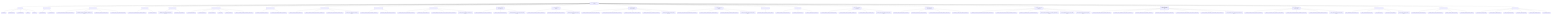
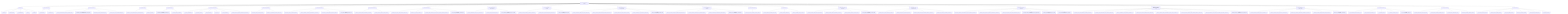
graph TD
    root["ToneSoul Documentation Authority"]
    root --> entrypoints["Entry Points"]
    entrypoints --> entrypoints_1["README.md"]
    entrypoints --> entrypoints_2["README.zh-TW.md"]
    entrypoints --> entrypoints_3["AI_ONBOARDING.md"]
    entrypoints --> entrypoints_4["INDEX.md"]
    entrypoints --> entrypoints_5["README.md"]
    root --> ai_operational_guides["AI Operational Guides"]
    ai_operational_guides --> ai_operational_guides_1["AI_QUICKSTART.md"]
    ai_operational_guides --> ai_operational_guides_2["AI_REFERENCE.md"]
    root --> canonical_architecture["Canonical Architecture"]
    canonical_architecture --> canonical_architecture_1["TONESOUL_EXTERNALIZED_COGNITIVE_ARCHITECTURE.md"]
    canonical_architecture --> canonical_architecture_2["TONESOUL_ARCHITECTURE_MEMORY_ANCHOR_2026-03-22.md"]
    canonical_architecture --> canonical_architecture_3["KNOWLEDGE_SURFACES_BOUNDARY_MAP.md"]
    canonical_architecture --> canonical_architecture_4["TONESOUL_EIGHT_LAYER_CONVERGENCE_MAP.md"]
    root --> deep_system_maps["Deep System Maps"]
    deep_system_maps --> deep_system_maps_1["TONESOUL_SYSTEM_OVERVIEW_AND_SUBSYSTEM_GUIDE.md"]
    deep_system_maps --> deep_system_maps_2["TONESOUL_ANATOMY.md"]
    root --> interpretive_readings["Interpretive Readings"]
    interpretive_readings --> interpretive_readings_1["TONESOUL_DEEP_READING_ANCHOR_2026-03-26.md"]
    interpretive_readings --> interpretive_readings_2["TONESOUL_CODEX_READING.md"]
    root --> governance_execution["Governance And Execution"]
    governance_execution --> governance_execution_1["7D_AUDIT_FRAMEWORK.md"]
    governance_execution --> governance_execution_2["7D_EXECUTION_SPEC.md"]
    governance_execution --> governance_execution_3["AUDIT_CONTRACT.md"]
    governance_execution --> governance_execution_4["API_SPEC.md"]
    governance_execution --> governance_execution_5["COUNCIL_RUNTIME.md"]
    governance_execution --> governance_execution_6["TONESOUL_SHARED_R_MEMORY_OPERATIONS_CONTRACT.md"]
    root --> claim_authority_distillation["Claim Authority Distillation"]
    claim_authority_distillation --> claim_authority_distillation_1["TONESOUL_CLAIM_AUTHORITY_MATRIX.md"]
    claim_authority_distillation --> claim_authority_distillation_2["TONESOUL_LAW_RUNTIME_BOUNDARY_CONTRACT.md"]
    root --> evidence_topology_and_verifiability["Evidence And Verifiability"]
    evidence_topology_and_verifiability --> evidence_topology_and_verifiability_1["TONESOUL_CLAIM_TO_EVIDENCE_MATRIX.md"]
    evidence_topology_and_verifiability --> evidence_topology_and_verifiability_2["TONESOUL_EVIDENCE_LADDER_AND_VERIFIABILITY_CONTRACT.md"]
    evidence_topology_and_verifiability --> evidence_topology_and_verifiability_3["TONESOUL_TEST_AND_VALIDATION_TOPOLOGY_MAP.md"]
    evidence_topology_and_verifiability --> evidence_topology_and_verifiability_4["tonesoul_evidence_followup_candidates_2026-03-29.md"]
    root --> subject_refresh_boundaries["Subject Refresh Boundaries"]
    subject_refresh_boundaries --> subject_refresh_boundaries_1["TONESOUL_SUBJECT_REFRESH_BOUNDARY_CONTRACT.md"]
    subject_refresh_boundaries --> subject_refresh_boundaries_2["TONESOUL_SUBJECT_SNAPSHOT_FIELD_LANES.md"]
    root --> control_plane_discipline["Control Plane Discipline"]
    control_plane_discipline --> control_plane_discipline_1["TONESOUL_TASK_TRACK_AND_READINESS_CONTRACT.md"]
    control_plane_discipline --> control_plane_discipline_2["TONESOUL_PLAN_DELTA_CONTRACT.md"]
    control_plane_discipline --> control_plane_discipline_3["TONESOUL_MIRROR_RUPTURE_FAIL_STOP_AND_LOW_DRIFT_ANCHOR_CONTRACT.md"]
    control_plane_discipline --> control_plane_discipline_4["tonesoul_control_plane_followup_candidates_2026-03-28.md"]
    root --> observable_shell_and_axiom_boundaries["Observable-Shell And Axiom Boundaries"]
    observable_shell_and_axiom_boundaries --> observable_shell_and_axiom_boundaries_1["TONESOUL_OBSERVABLE_SHELL_OPACITY_CONTRACT.md"]
    observable_shell_and_axiom_boundaries --> observable_shell_and_axiom_boundaries_2["TONESOUL_AXIOM_FALSIFICATION_MAP.md"]
    observable_shell_and_axiom_boundaries --> observable_shell_and_axiom_boundaries_3["tonesoul_observability_and_axiom_adoption_review_2026-03-28.md"]
    root --> council_deliberation_discipline["Council Deliberation Discipline"]
    council_deliberation_discipline --> council_deliberation_discipline_1["TONESOUL_COUNCIL_DOSSIER_AND_DISSENT_CONTRACT.md"]
    council_deliberation_discipline --> council_deliberation_discipline_2["TONESOUL_ADAPTIVE_DELIBERATION_MODE_CONTRACT.md"]
    council_deliberation_discipline --> council_deliberation_discipline_3["tonesoul_council_followup_candidates_2026-03-28.md"]
    root --> continuity_import_and_receiver_discipline["Continuity Import And Receiver Discipline"]
    continuity_import_and_receiver_discipline --> continuity_import_and_receiver_discipline_1["TONESOUL_CONTINUITY_IMPORT_AND_DECAY_CONTRACT.md"]
    continuity_import_and_receiver_discipline --> continuity_import_and_receiver_discipline_2["TONESOUL_RECEIVER_INTERPRETATION_BOUNDARY_CONTRACT.md"]
    continuity_import_and_receiver_discipline --> continuity_import_and_receiver_discipline_3["TONESOUL_CONTINUITY_SURFACE_LIFECYCLE_MAP.md"]
    continuity_import_and_receiver_discipline --> continuity_import_and_receiver_discipline_4["TONESOUL_WORKING_STYLE_CONTINUITY_CONTRACT.md"]
    continuity_import_and_receiver_discipline --> continuity_import_and_receiver_discipline_5["tonesoul_continuity_followup_candidates_2026-03-29.md"]
    root --> council_realism_and_calibration["Council Realism And Calibration"]
    council_realism_and_calibration --> council_realism_and_calibration_1["TONESOUL_COUNCIL_REALISM_AND_INDEPENDENCE_CONTRACT.md"]
    council_realism_and_calibration --> council_realism_and_calibration_2["TONESOUL_COUNCIL_CONFIDENCE_AND_CALIBRATION_MAP.md"]
    council_realism_and_calibration --> council_realism_and_calibration_3["TONESOUL_ADVERSARIAL_DELIBERATION_ADOPTION_MAP.md"]
    council_realism_and_calibration --> council_realism_and_calibration_4["tonesoul_council_realism_followup_candidates_2026-03-29.md"]
    root --> context_continuity_adoption["Context Continuity Adoption"]
    context_continuity_adoption --> context_continuity_adoption_1["TONESOUL_CONTEXT_CONTINUITY_ADOPTION_MAP.md"]
    root --> prompt_discipline_skeleton["Prompt Discipline"]
    prompt_discipline_skeleton --> prompt_discipline_skeleton_1["TONESOUL_PROMPT_DISCIPLINE_SKELETON.md"]
    prompt_discipline_skeleton --> prompt_discipline_skeleton_2["TONESOUL_PROMPT_VARIANTS.md"]
    prompt_discipline_skeleton --> prompt_discipline_skeleton_3["TONESOUL_PROMPT_STARTER_CARDS.md"]
    root --> prompt_surface_topology_and_adoption["Prompt Surface Topology And Adoption"]
    prompt_surface_topology_and_adoption --> prompt_surface_topology_and_adoption_1["TONESOUL_PROMPT_SURFACE_ADOPTION_MATRIX.md"]
    prompt_surface_topology_and_adoption --> prompt_surface_topology_and_adoption_2["TONESOUL_PROMPT_SURFACE_BOUNDARY_CONTRACT.md"]
    prompt_surface_topology_and_adoption --> prompt_surface_topology_and_adoption_3["TONESOUL_PROMPT_SURFACE_TOPOLOGY_MAP.md"]
    prompt_surface_topology_and_adoption --> prompt_surface_topology_and_adoption_4["tonesoul_prompt_adoption_followup_candidates_2026-03-29.md"]
    root --> reality_alignment_and_render_boundaries["Reality Alignment And Render Boundaries"]
    reality_alignment_and_render_boundaries --> reality_alignment_and_render_boundaries_1["TONESOUL_ENTRY_SURFACE_REALITY_BASELINE.md"]
    reality_alignment_and_render_boundaries --> reality_alignment_and_render_boundaries_2["TONESOUL_DOC_METRIC_AND_COUNT_METHOD.md"]
    reality_alignment_and_render_boundaries --> reality_alignment_and_render_boundaries_3["TONESOUL_RENDER_LAYER_AND_ENCODING_BOUNDARY_CONTRACT.md"]
    reality_alignment_and_render_boundaries --> reality_alignment_and_render_boundaries_4["TONESOUL_DOC_DRIFT_AND_CONFLICT_REGISTER.md"]
    root --> successor_continuity_and_hot_memory["Successor Continuity And Hot Memory"]
    successor_continuity_and_hot_memory --> successor_continuity_and_hot_memory_1["TONESOUL_SUCCESSOR_COLLABORATION_AND_HOT_MEMORY_CONTRACT.md"]
    successor_continuity_and_hot_memory --> successor_continuity_and_hot_memory_2["TONESOUL_LOW_DRIFT_ANCHOR_SOURCE_PRECEDENCE_CONTRACT.md"]
    successor_continuity_and_hot_memory --> successor_continuity_and_hot_memory_3["TONESOUL_HOT_MEMORY_DECAY_AND_COMPRESSION_MAP.md"]
    successor_continuity_and_hot_memory --> successor_continuity_and_hot_memory_4["tonesoul_successor_collaboration_and_hot_memory_program_2026-04-02.md"]
    successor_continuity_and_hot_memory --> successor_continuity_and_hot_memory_5["tonesoul_subsystem_parity_and_gap_map_2026-04-02.md"]
    successor_continuity_and_hot_memory --> successor_continuity_and_hot_memory_6["tonesoul_successor_sidecar_residue_triage_2026-04-02.md"]
    root --> research_driven_memory_interop_and_knowledge_layer["Research-Driven Memory Interop And Knowledge Layer"]
    research_driven_memory_interop_and_knowledge_layer --> research_driven_memory_interop_and_knowledge_layer_1["TONESOUL_CROSS_AGENT_MEMORY_CONSUMER_CONTRACT.md"]
    research_driven_memory_interop_and_knowledge_layer --> research_driven_memory_interop_and_knowledge_layer_2["TONESOUL_CLAUDE_COMPATIBLE_ENTRY_ADAPTER_CONTRACT.md"]
    research_driven_memory_interop_and_knowledge_layer --> research_driven_memory_interop_and_knowledge_layer_3["TONESOUL_KNOWLEDGE_LAYER_BOUNDARY_CONTRACT.md"]
    research_driven_memory_interop_and_knowledge_layer --> research_driven_memory_interop_and_knowledge_layer_4["TONESOUL_LAUNCH_HEALTH_TREND_READOUT_CONTRACT.md"]
    research_driven_memory_interop_and_knowledge_layer --> research_driven_memory_interop_and_knowledge_layer_5["TONESOUL_INTERNAL_STATE_OBSERVABILITY_REALITY_CHECK_CONTRACT.md"]
    research_driven_memory_interop_and_knowledge_layer --> research_driven_memory_interop_and_knowledge_layer_6["TONESOUL_SURFACE_VERSIONING_AND_CONSUMER_LINEAGE_CONTRACT.md"]
-     research_driven_memory_interop_and_knowledge_layer --> research_driven_memory_interop_and_knowledge_layer_7["tonesoul_research_lines_and_memory_interop_program_2026-04-06.md"]
+     research_driven_memory_interop_and_knowledge_layer --> research_driven_memory_interop_and_knowledge_layer_7["TONESOUL_KNOWLEDGE_LAYER_SOURCE_TAXONOMY_AND_PARKING_CONTRACT.md"]
+     research_driven_memory_interop_and_knowledge_layer --> research_driven_memory_interop_and_knowledge_layer_8["tonesoul_research_lines_and_memory_interop_program_2026-04-06.md"]
    root --> entry_simplification_and_lineage_routing["Entry Simplification And Lineage Routing"]
    entry_simplification_and_lineage_routing --> entry_simplification_and_lineage_routing_1["TONESOUL_AUDIENCE_ROUTING_AND_ENTRY_CONTRACT.md"]
    entry_simplification_and_lineage_routing --> entry_simplification_and_lineage_routing_2["TONESOUL_HISTORICAL_SPEC_AND_LEGACY_SURFACE_MAP.md"]
    entry_simplification_and_lineage_routing --> entry_simplification_and_lineage_routing_3["TONESOUL_DOC_SURFACE_SIMPLIFICATION_BOUNDARY_CONTRACT.md"]
    entry_simplification_and_lineage_routing --> entry_simplification_and_lineage_routing_4["TONESOUL_ENCODING_AND_MOJIBAKE_HAZARD_REGISTER.md"]
    entry_simplification_and_lineage_routing --> entry_simplification_and_lineage_routing_5["tonesoul_docs_cleanup_wave_candidates_2026-03-29.md"]
    root --> doc_governance["Documentation Governance"]
    doc_governance --> doc_governance_1["DOCS_INFORMATION_ARCHITECTURE_v1.md"]
    doc_governance --> doc_governance_2["DOCS_CLASSIFICATION_LEDGER_v1.md"]
    doc_governance --> doc_governance_3["FILE_PURPOSE_MAP.md"]
    doc_governance --> doc_governance_4["doc_convergence_inventory_latest.json"]
    doc_governance --> doc_governance_5["doc_convergence_cleanup_plan_2026-03-22.md"]
    root --> convergence_contracts["Convergence Contracts"]
    convergence_contracts --> convergence_contracts_1["BASENAME_DIVERGENCE_DISTILLATION_MAP.md"]
    convergence_contracts --> convergence_contracts_2["PRIVATE_MEMORY_SHADOW_BOUNDARY_MAP.md"]
    convergence_contracts --> convergence_contracts_3["PARADOX_FIXTURE_OWNERSHIP_MAP.md"]
    convergence_contracts --> convergence_contracts_4["ENGINEERING_MIRROR_OWNERSHIP_MAP.md"]
    root --> generated_status["Generated Status"]
    generated_status --> generated_status_1["doc_convergence_inventory_latest.json"]
    generated_status --> generated_status_2["basename_divergence_distillation_latest.json"]
    generated_status --> generated_status_3["private_memory_shadow_latest.json"]
    generated_status --> generated_status_4["paradox_fixture_ownership_latest.json"]
    generated_status --> generated_status_5["engineering_mirror_ownership_latest.json"]
    generated_status --> generated_status_6["claim_authority_latest.json"]
